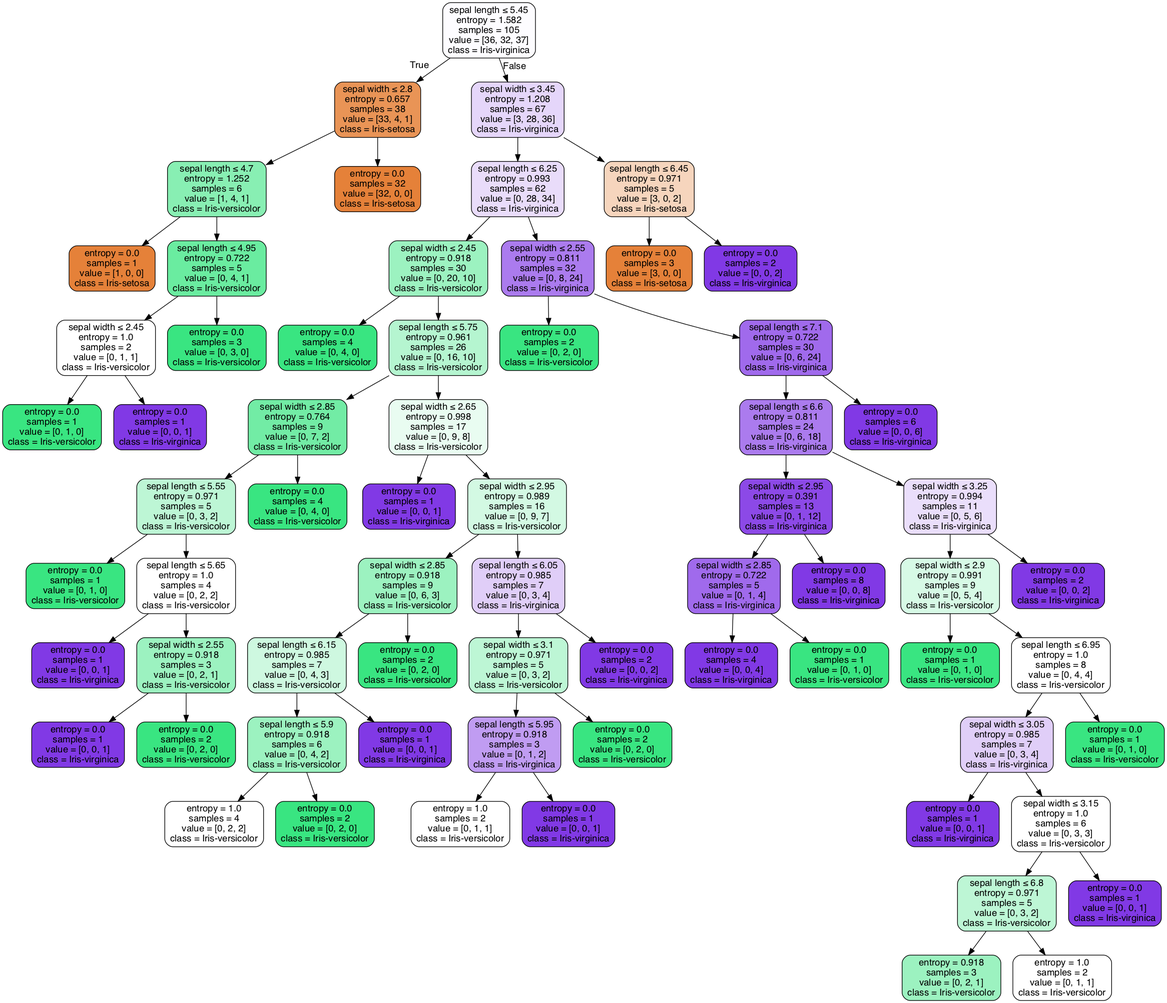
Earlier version of the Graphviz export 11.RandomForest/iris.png (lebinlebin/Lebin_ML). Its source is kept beside it as 11.RandomForest/iris.dot.
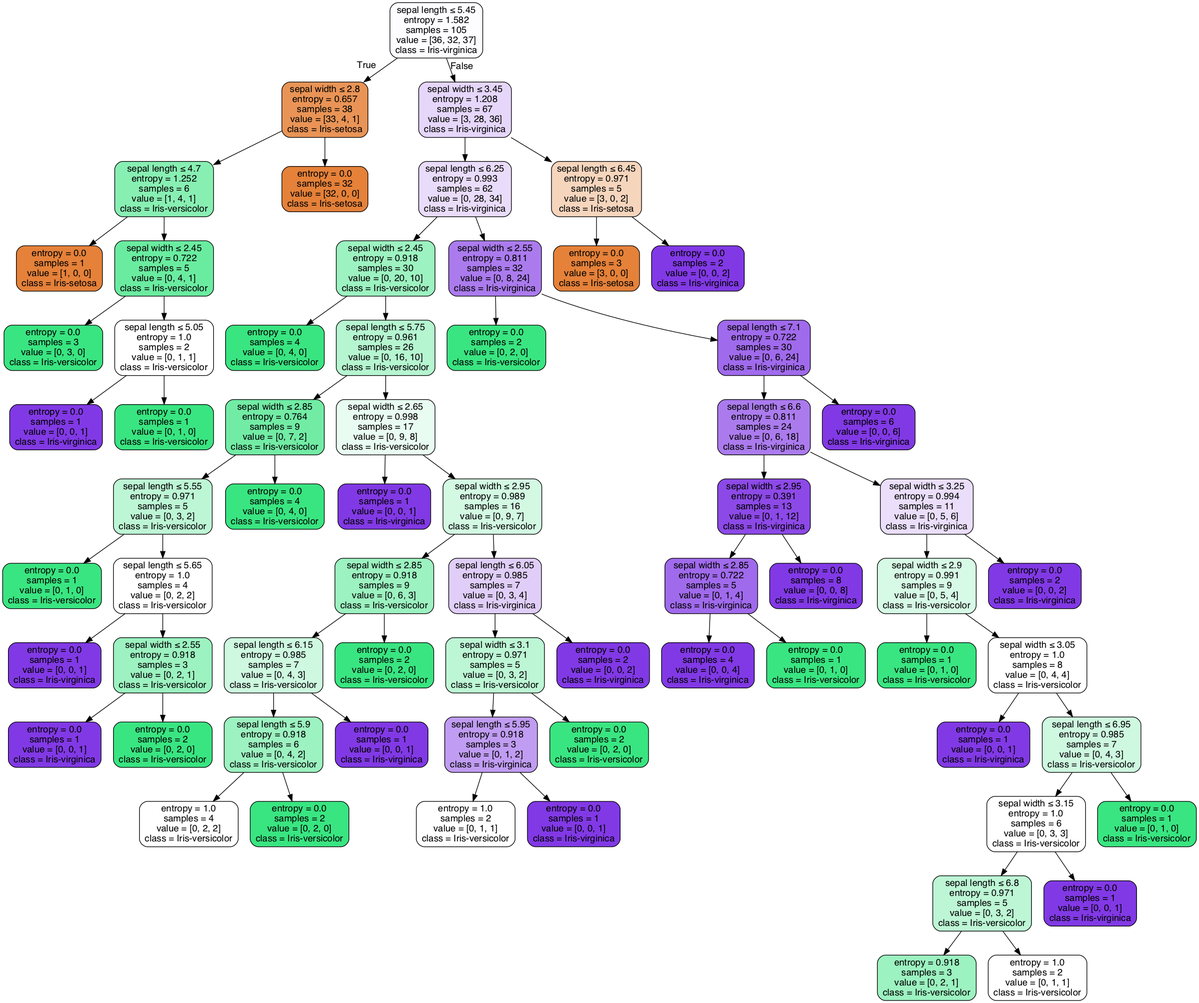
The same diagram one commit later.

What changed in the source:
```diff
@@ -7,16 +7,16 @@
 1 -> 2 ;
 3 [label="entropy = 0.0\nsamples = 1\nvalue = [1, 0, 0]"] ;
 2 -> 3 ;
-4 [label="X[0] <= 4.95\nentropy = 0.722\nsamples = 5\nvalue = [0, 4, 1]"] ;
+4 [label="X[1] <= 2.45\nentropy = 0.722\nsamples = 5\nvalue = [0, 4, 1]"] ;
 2 -> 4 ;
-5 [label="X[1] <= 2.45\nentropy = 1.0\nsamples = 2\nvalue = [0, 1, 1]"] ;
+5 [label="entropy = 0.0\nsamples = 3\nvalue = [0, 3, 0]"] ;
 4 -> 5 ;
-6 [label="entropy = 0.0\nsamples = 1\nvalue = [0, 1, 0]"] ;
-5 -> 6 ;
+6 [label="X[0] <= 5.05\nentropy = 1.0\nsamples = 2\nvalue = [0, 1, 1]"] ;
+4 -> 6 ;
 7 [label="entropy = 0.0\nsamples = 1\nvalue = [0, 0, 1]"] ;
-5 -> 7 ;
-8 [label="entropy = 0.0\nsamples = 3\nvalue = [0, 3, 0]"] ;
-4 -> 8 ;
+6 -> 7 ;
+8 [label="entropy = 0.0\nsamples = 1\nvalue = [0, 1, 0]"] ;
+6 -> 8 ;
 9 [label="entropy = 0.0\nsamples = 32\nvalue = [32, 0, 0]"] ;
 1 -> 9 ;
 10 [label="X[1] <= 3.45\nentropy = 1.208\nsamples = 67\nvalue = [3, 28, 36]"] ;
@@ -105,14 +105,14 @@
 50 -> 51 ;
 52 [label="entropy = 0.0\nsamples = 1\nvalue = [0, 1, 0]"] ;
 51 -> 52 ;
-53 [label="X[0] <= 6.95\nentropy = 1.0\nsamples = 8\nvalue = [0, 4, 4]"] ;
+53 [label="X[1] <= 3.05\nentropy = 1.0\nsamples = 8\nvalue = [0, 4, 4]"] ;
 51 -> 53 ;
-54 [label="X[1] <= 3.05\nentropy = 0.985\nsamples = 7\nvalue = [0, 3, 4]"] ;
+54 [label="entropy = 0.0\nsamples = 1\nvalue = [0, 0, 1]"] ;
 53 -> 54 ;
-55 [label="entropy = 0.0\nsamples = 1\nvalue = [0, 0, 1]"] ;
-54 -> 55 ;
+55 [label="X[0] <= 6.95\nentropy = 0.985\nsamples = 7\nvalue = [0, 4, 3]"] ;
+53 -> 55 ;
 56 [label="X[1] <= 3.15\nentropy = 1.0\nsamples = 6\nvalue = [0, 3, 3]"] ;
-54 -> 56 ;
+55 -> 56 ;
 57 [label="X[0] <= 6.8\nentropy = 0.971\nsamples = 5\nvalue = [0, 3, 2]"] ;
 56 -> 57 ;
 58 [label="entropy = 0.918\nsamples = 3\nvalue = [0, 2, 1]"] ;
@@ -122,7 +122,7 @@
 60 [label="entropy = 0.0\nsamples = 1\nvalue = [0, 0, 1]"] ;
 56 -> 60 ;
 61 [label="entropy = 0.0\nsamples = 1\nvalue = [0, 1, 0]"] ;
-53 -> 61 ;
+55 -> 61 ;
 62 [label="entropy = 0.0\nsamples = 2\nvalue = [0, 0, 2]"] ;
 50 -> 62 ;
 63 [label="entropy = 0.0\nsamples = 6\nvalue = [0, 0, 6]"] ;
```
